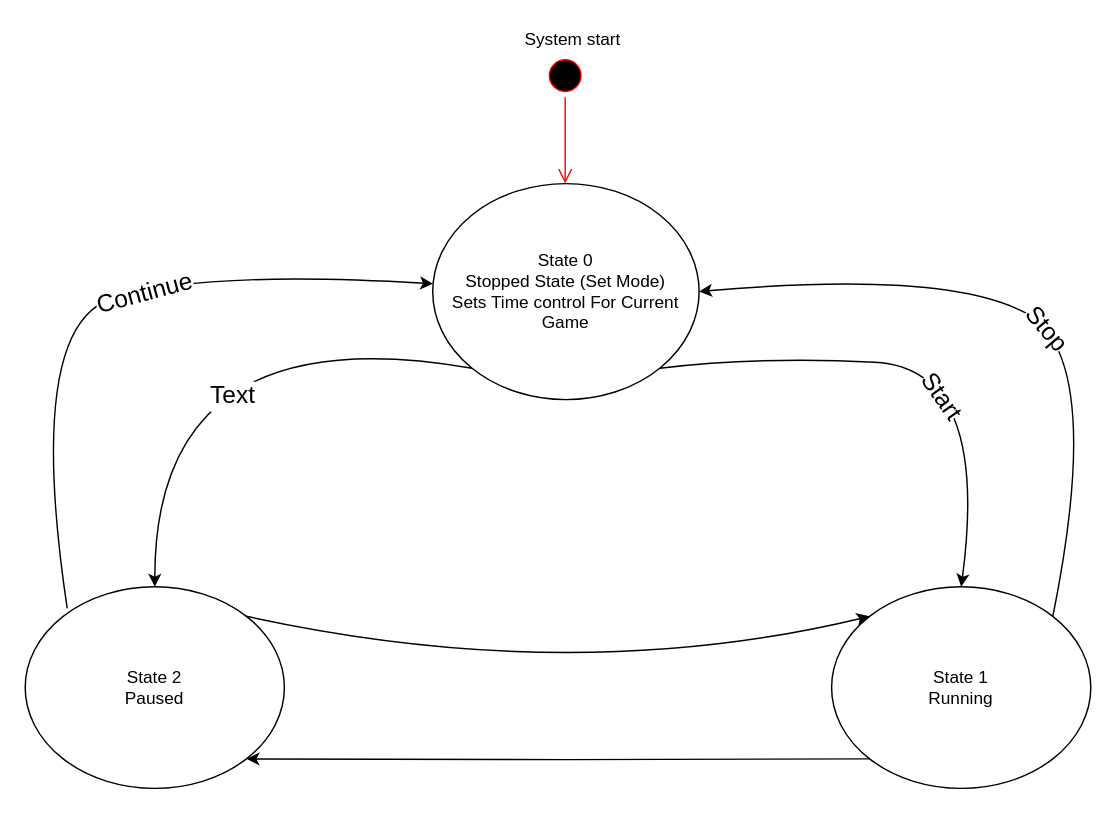
This is page "Chess Clock Main" (1 of 4) of Chess Clock State Machine.drawio from Eleish98/Chess-Clock, a draw.io file, before an edit. Source tidied: cells renumbered, new cells numbered last; positions are measured from the earlier drawing's top-left corner, leaving out a move shared by most shapes. Both pictures are drawn from the tidied source at 144%, with x=0, y=0 at pixel (24, 24).
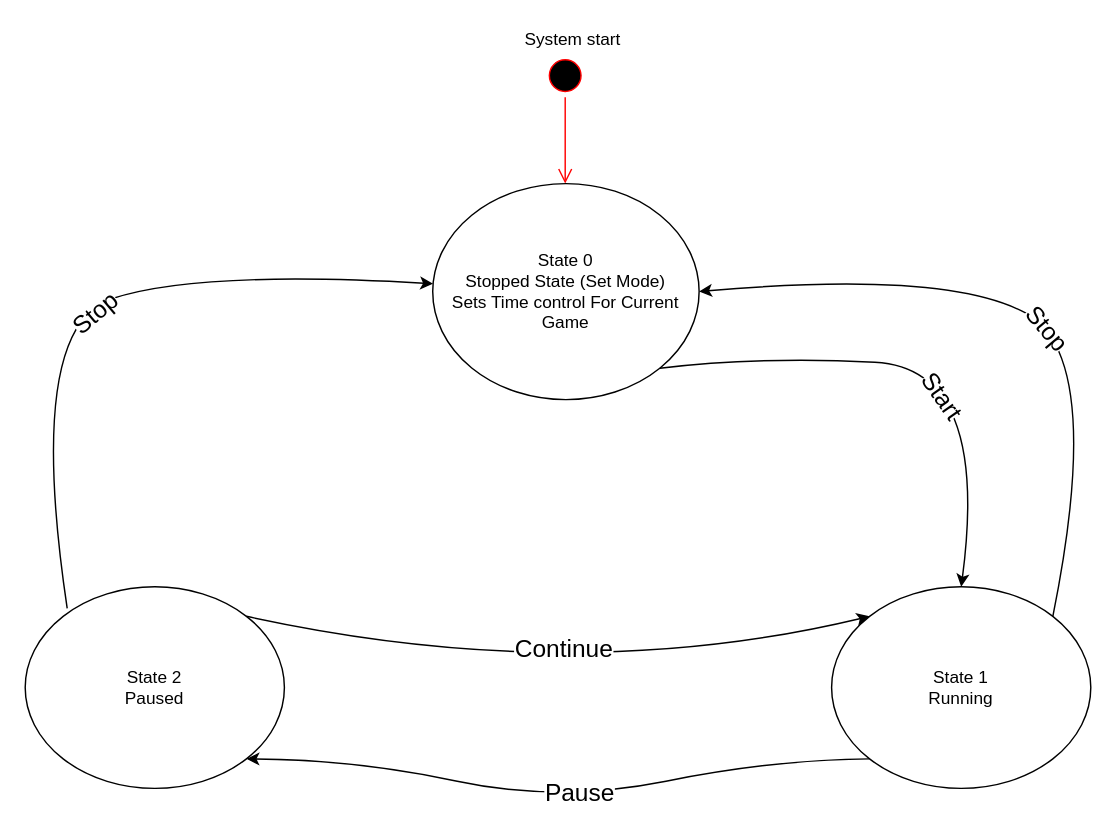
The same diagram, later.

The change refers to these unchanged cells:
```xml
<mxCell id="4" value="State 0&lt;br&gt;Stopped State (Set Mode)&lt;br&gt;Sets Time control For Current Game" style="ellipse;whiteSpace=wrap;html=1;" parent="1" vertex="1">
  <mxGeometry x="283" y="110" width="185" height="150" as="geometry" />
</mxCell>
<mxCell id="6" value="State 1&lt;br&gt;Running" style="ellipse;whiteSpace=wrap;html=1;" parent="1" vertex="1">
  <mxGeometry x="560" y="390" width="180" height="140" as="geometry" />
</mxCell>
<mxCell id="9" value="State 2&lt;br&gt;Paused" style="ellipse;whiteSpace=wrap;html=1;direction=east;" parent="1" vertex="1">
  <mxGeometry y="390" width="180" height="140" as="geometry" />
</mxCell>
<mxCell id="12" style="curved=1;endArrow=classic;html=1;rounded=0;exitX=1;exitY=0;exitDx=0;exitDy=0;entryX=0;entryY=0;entryDx=0;entryDy=0;" parent="1" edge="1" source="9" target="6">
  <mxGeometry relative="1" as="geometry">
    <Array as="points">
      <mxPoint x="380" y="460" />
    </Array>
  </mxGeometry>
</mxCell>
<mxCell id="14" style="curved=1;endArrow=classic;html=1;rounded=0;exitX=0.162;exitY=0.107;exitDx=0;exitDy=0;exitPerimeter=0;" parent="1" edge="1" source="9" target="4">
  <mxGeometry relative="1" as="geometry">
    <Array as="points">
      <mxPoint y="210" />
      <mxPoint x="120" y="170" />
    </Array>
  </mxGeometry>
</mxCell>
```

Change to the diagram source:
```diff
@@
-    <mxCell id="10" style="curved=1;endArrow=classic;html=1;rounded=0;entryX=0.5;entryY=0;entryDx=0;entryDy=0;exitX=0;exitY=1;exitDx=0;exitDy=0;" parent="1" edge="1" source="4" target="9">
-      <mxGeometry relative="1" as="geometry">
-        <Array as="points">
-          <mxPoint x="90" y="200" />
-        </Array>
-      </mxGeometry>
-    </mxCell>
-    <mxCell id="11" value="Text" style="edgeLabel;html=1;align=center;verticalAlign=middle;fontSize=17;" parent="10" vertex="1">
-      <mxGeometry x="-0.22" y="48" relative="1" as="geometry" />
-    </mxCell>
@@
+    <mxCell id="18" value="Continue" style="edgeLabel;html=1;align=center;verticalAlign=middle;fontSize=17;" parent="12" vertex="1">
+      <mxGeometry x="-0.01" y="25" relative="1" as="geometry" />
+    </mxCell>
     <mxCell id="13" style="curved=1;endArrow=classic;html=1;rounded=0;exitX=0;exitY=1;exitDx=0;exitDy=0;entryX=1;entryY=1;entryDx=0;entryDy=0;" parent="1" edge="1" source="6" target="9">
       <mxGeometry relative="1" as="geometry">
         <Array as="points">
           <mxPoint x="520" y="510" />
+          <mxPoint x="370" y="540" />
           <mxPoint x="230" y="510" />
         </Array>
       </mxGeometry>
     </mxCell>
+    <mxCell id="19" value="Pause" style="edgeLabel;html=1;align=center;verticalAlign=middle;fontSize=17;" parent="13" vertex="1">
+      <mxGeometry x="-0.07" y="-4" relative="1" as="geometry" />
+    </mxCell>
@@
-    <mxCell id="15" value="&lt;font style=&quot;font-size: 17px&quot;&gt;Continue&lt;/font&gt;" style="edgeLabel;html=1;align=center;verticalAlign=middle;rotation=-15;" parent="14" vertex="1">
-      <mxGeometry x="0.16" y="-4" relative="1" as="geometry" />
+    <mxCell id="15" value="&lt;font style=&quot;font-size: 17px&quot;&gt;Stop&lt;br&gt;&lt;/font&gt;" style="edgeLabel;html=1;align=center;verticalAlign=middle;rotation=-40;" parent="14" vertex="1">
+      <mxGeometry x="0.16" y="-4" relative="1" as="geometry">
+        <mxPoint x="-34" y="14" as="offset" />
+      </mxGeometry>
     </mxCell>
```
